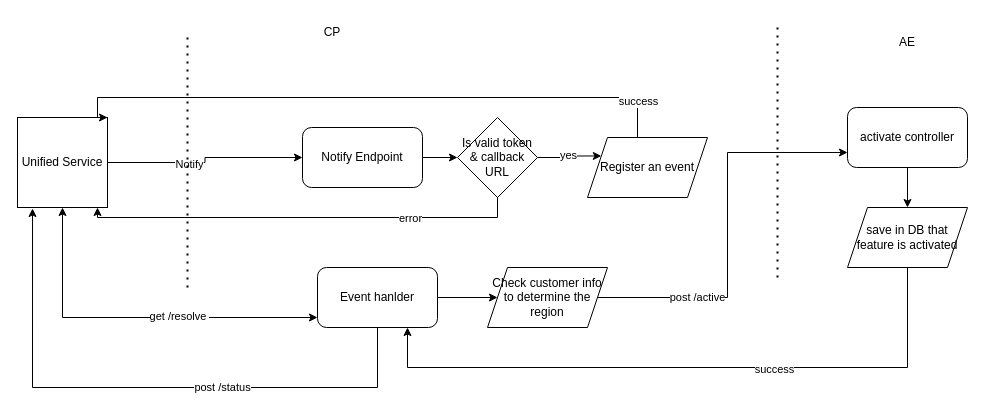
jinnatan/design keeps this draw.io diagram as Untitled Diagram.drawio. Above is the earlier version. Source tidied: cells renumbered, new cells numbered last; positions are measured from the earlier drawing's top-left corner, leaving out a move shared by most shapes. Both pictures are drawn from the tidied source at 100%, with x=0, y=0 at pixel (17, 17).
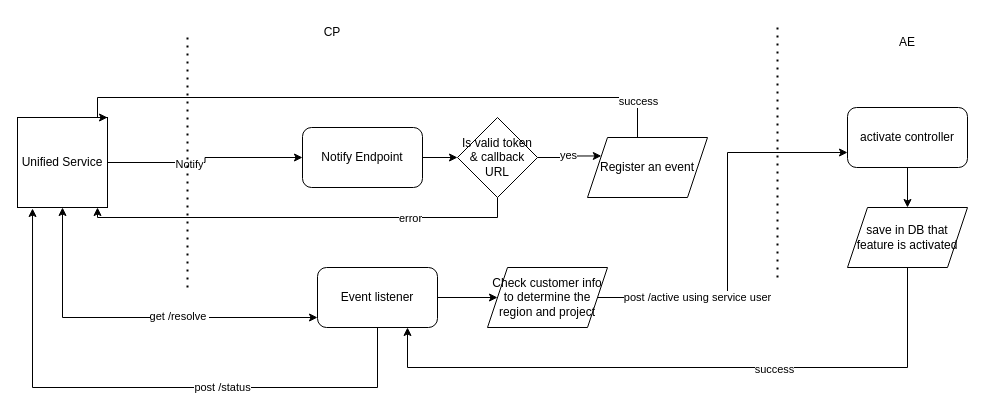
The same diagram, later.

The change refers to these unchanged cells:
```xml
<mxCell id="21" style="edgeStyle=orthogonalEdgeStyle;rounded=0;jettySize=auto;html=1;entryX=0;entryY=0.75;entryDx=0;entryDy=0;" parent="1" edge="1" source="23" target="28">
  <mxGeometry relative="1" as="geometry" />
</mxCell>
```

The edit, as a diff of the source:
```diff
@@
-    <mxCell id="16" value="Event hanlder" style="rounded=1;whiteSpace=wrap;html=1;" parent="1" vertex="1">
+    <mxCell id="16" value="Event listener" style="rounded=1;whiteSpace=wrap;html=1;" parent="1" vertex="1">
       <mxGeometry x="300" y="250" width="120" height="60" as="geometry" />
     </mxCell>
@@
-    <mxCell id="22" value="post /active" style="edgeLabel;html=1;align=center;verticalAlign=middle;" parent="21" vertex="1">
+    <mxCell id="22" value="post /active using service user" style="edgeLabel;html=1;align=center;verticalAlign=middle;" parent="21" vertex="1">
       <mxGeometry x="-0.5" y="1" relative="1" as="geometry" />
     </mxCell>
-    <mxCell id="23" value="Check customer info to determine the region" style="shape=parallelogram;perimeter=parallelogramPerimeter;whiteSpace=wrap;html=1;fixedSize=1;" parent="1" vertex="1">
+    <mxCell id="23" value="Check customer info to determine the region and project" style="shape=parallelogram;perimeter=parallelogramPerimeter;whiteSpace=wrap;html=1;fixedSize=1;" parent="1" vertex="1">
       <mxGeometry x="470" y="250" width="120" height="60" as="geometry" />
     </mxCell>
```
